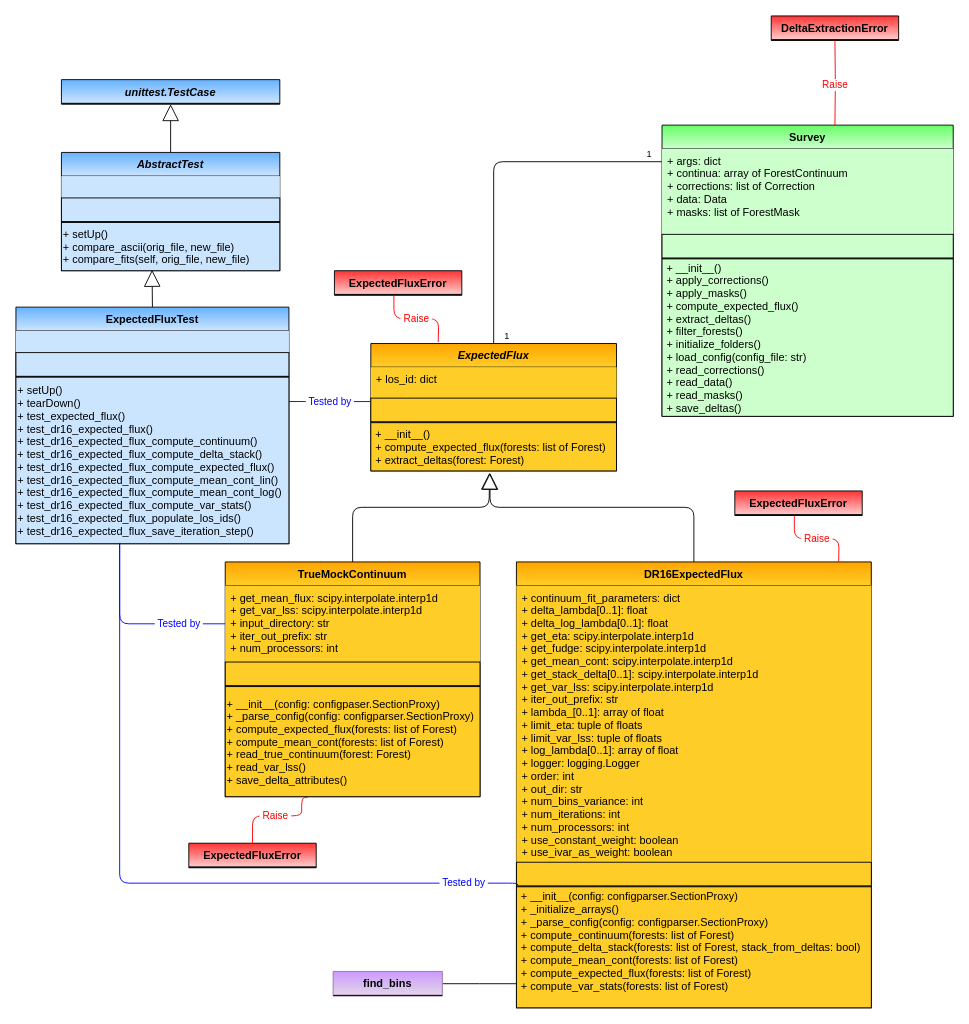
igmhub/picca keeps this draw.io diagram as page "ExpectedFlux" (6 of 7) of docs/delta_extraction/data_model/data_model.drawio. Above is the earlier version. Source tidied: cells renumbered, new cells numbered last; positions are measured from the earlier drawing's top-left corner, leaving out a move shared by most shapes. Both pictures are drawn from the tidied source at 91%, with x=0, y=0 at pixel (15, 15).
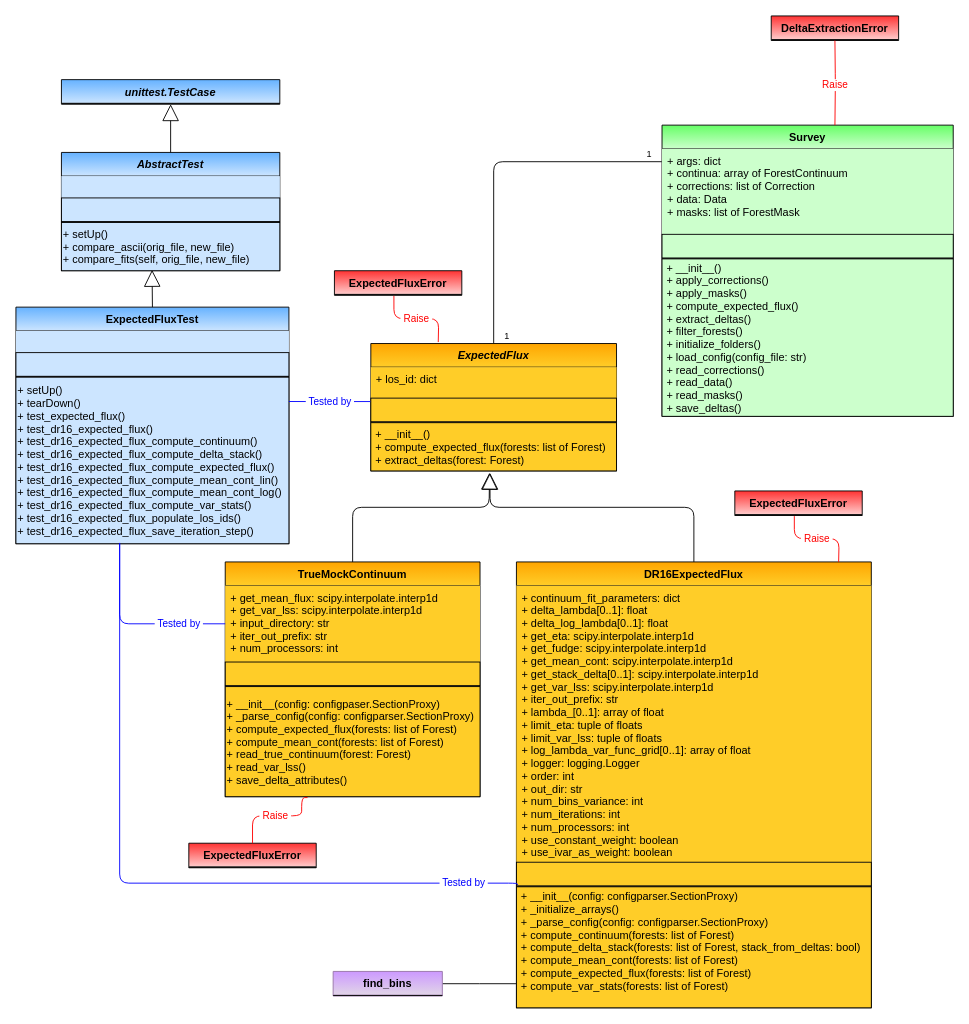
Above is the later version.

Commit message (it also covers changes not shown here):
log_lambda in Dr16ExpectedFluxforest renamed to log_lambda_var_func_grid

Unchanged cells that the change refers to:
```xml
<mxCell id="29" value="DR16ExpectedFlux" style="swimlane;fontStyle=1;horizontal=1;startSize=26;fillColor=#ffcd28;swimlaneFillColor=#ffffff;rounded=0;shadow=0;glass=0;comic=0;strokeColor=#000000;gradientColor=#ffa500;swimlaneLine=1;gradientDirection=north;" parent="1" vertex="1">
  <mxGeometry x="550" y="600" width="390" height="490" as="geometry" />
</mxCell>
```

Diff of the diagram source:
```diff
@@
-    <mxCell id="30" value="+ continuum_fit_parameters: dict&#10;+ delta_lambda[0..1]: float&#10;+ delta_log_lambda[0..1]: float&#10;+ get_eta: scipy.interpolate.interp1d&#10;+ get_fudge: scipy.interpolate.interp1d&#10;+ get_mean_cont: scipy.interpolate.interp1d&#10;+ get_stack_delta[0..1]: scipy.interpolate.interp1d &#10;+ get_var_lss: scipy.interpolate.interp1d&#10;+ iter_out_prefix: str&#10;+ lambda_[0..1]: array of float&#10;+ limit_eta: tuple of floats&#10;+ limit_var_lss: tuple of floats&#10;+ log_lambda[0..1]: array of float&#10;+ logger: logging.Logger&#10;+ order: int&#10;+ out_dir: str&#10;+ num_bins_variance: int&#10;+ num_iterations: int&#10;+ num_processors: int&#10;+ use_constant_weight: boolean&#10;+ use_ivar_as_weight: boolean&#10;" style="text;strokeColor=none;fillColor=#ffcd28;align=left;verticalAlign=top;spacingLeft=4;spacingRight=4;overflow=hidden;gradientColor=none;" parent="29" vertex="1">
+    <mxCell id="30" value="+ continuum_fit_parameters: dict&#10;+ delta_lambda[0..1]: float&#10;+ delta_log_lambda[0..1]: float&#10;+ get_eta: scipy.interpolate.interp1d&#10;+ get_fudge: scipy.interpolate.interp1d&#10;+ get_mean_cont: scipy.interpolate.interp1d&#10;+ get_stack_delta[0..1]: scipy.interpolate.interp1d &#10;+ get_var_lss: scipy.interpolate.interp1d&#10;+ iter_out_prefix: str&#10;+ lambda_[0..1]: array of float&#10;+ limit_eta: tuple of floats&#10;+ limit_var_lss: tuple of floats&#10;+ log_lambda_var_func_grid[0..1]: array of float&#10;+ logger: logging.Logger&#10;+ order: int&#10;+ out_dir: str&#10;+ num_bins_variance: int&#10;+ num_iterations: int&#10;+ num_processors: int&#10;+ use_constant_weight: boolean&#10;+ use_ivar_as_weight: boolean&#10;" style="text;strokeColor=none;fillColor=#ffcd28;align=left;verticalAlign=top;spacingLeft=4;spacingRight=4;overflow=hidden;gradientColor=none;" parent="29" vertex="1">
       <mxGeometry y="26" width="390" height="304" as="geometry" />
     </mxCell>
```
